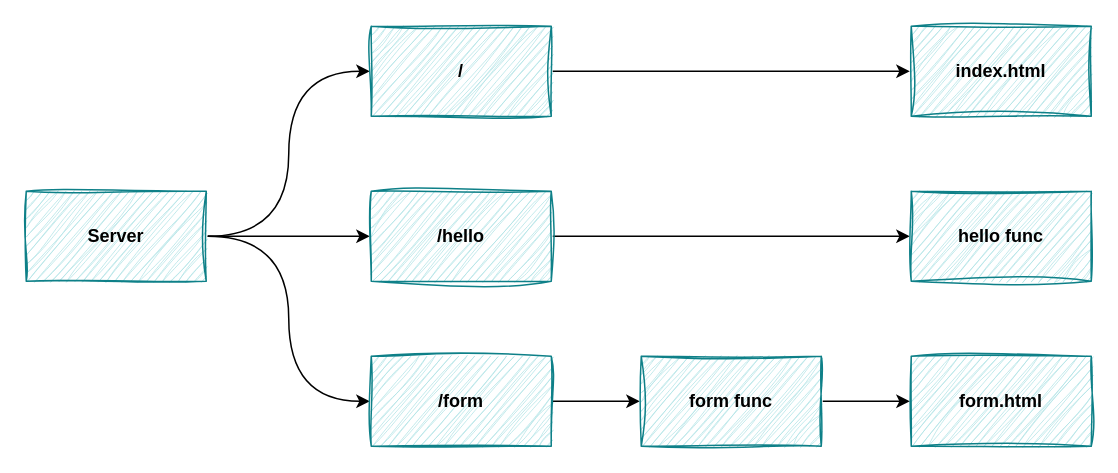
This is howToServerWorks.drawio from fdhliakbar/go-server, a draw.io file, before an edit. Source tidied: cells renumbered, new cells numbered last; positions are measured from the earlier drawing's top-left corner, leaving out a move shared by most shapes. Both pictures are drawn from the tidied source at 150%, with x=0, y=0 at pixel (26, 26).
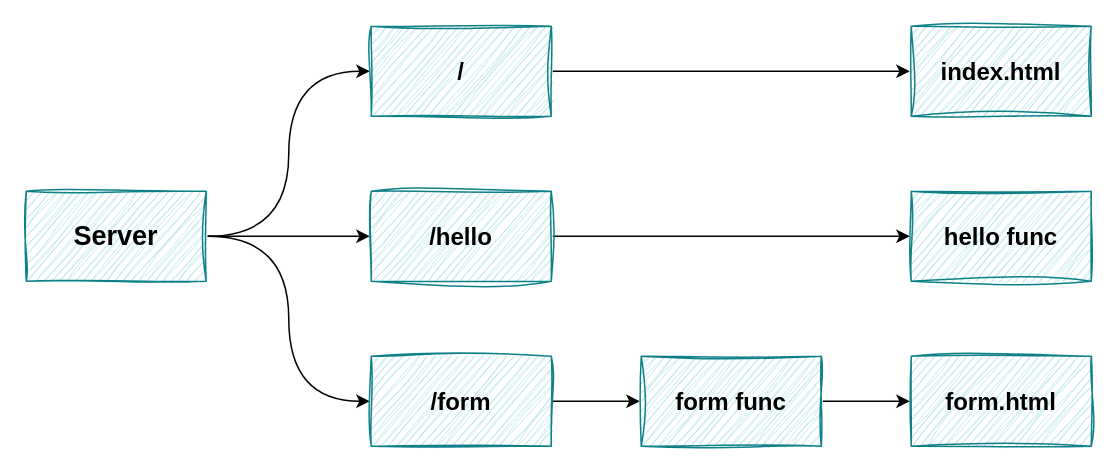
Above is the later version.

Commit message:
Bold diagram for howToServerWorks.drawio

Diff of the diagram source:
```diff
@@
 <mxGraphModel>
   <root>
     <mxCell id="0" />
     <mxCell id="1" parent="0" />
     <mxCell id="2" style="edgeStyle=orthogonalEdgeStyle;rounded=0;jettySize=auto;html=1;entryX=0;entryY=0.5;entryDx=0;entryDy=0;curved=1;" parent="1" edge="1" source="5" target="11">
       <mxGeometry relative="1" as="geometry" />
     </mxCell>
     <mxCell id="3" style="edgeStyle=orthogonalEdgeStyle;rounded=0;jettySize=auto;html=1;entryX=0;entryY=0.5;entryDx=0;entryDy=0;curved=1;" parent="1" edge="1" source="5" target="9">
       <mxGeometry relative="1" as="geometry" />
     </mxCell>
     <mxCell id="4" style="edgeStyle=orthogonalEdgeStyle;rounded=0;jettySize=auto;html=1;entryX=0;entryY=0.5;entryDx=0;entryDy=0;curved=1;" parent="1" edge="1" source="5" target="7">
       <mxGeometry relative="1" as="geometry" />
     </mxCell>
-    <mxCell id="5" value="Server" style="rounded=0;whiteSpace=wrap;html=1;fillColor=#b0e3e6;strokeColor=#0e8088;shadow=0;sketch=1;curveFitting=1;jiggle=2;glass=0;fontStyle=1;perimeterSpacing=1;" parent="1" vertex="1">
+    <mxCell id="5" value="Server" style="rounded=0;whiteSpace=wrap;html=1;fillColor=#b0e3e6;strokeColor=#0e8088;shadow=0;sketch=1;curveFitting=1;jiggle=2;glass=0;fontStyle=1;perimeterSpacing=1;fontSize=18;" parent="1" vertex="1">
       <mxGeometry y="110" width="120" height="60" as="geometry" />
     </mxCell>
     <mxCell id="6" style="edgeStyle=orthogonalEdgeStyle;rounded=0;jettySize=auto;html=1;entryX=0;entryY=0.5;entryDx=0;entryDy=0;curved=1;" parent="1" edge="1" source="7" target="16">
       <mxGeometry relative="1" as="geometry" />
     </mxCell>
-    <mxCell id="7" value="/form" style="rounded=0;whiteSpace=wrap;html=1;fillColor=#b0e3e6;strokeColor=#0e8088;shadow=0;sketch=1;curveFitting=1;jiggle=2;glass=0;fontStyle=1;perimeterSpacing=1;" parent="1" vertex="1">
+    <mxCell id="7" value="/form" style="rounded=0;whiteSpace=wrap;html=1;fillColor=#b0e3e6;strokeColor=#0e8088;shadow=0;sketch=1;curveFitting=1;jiggle=2;glass=0;fontStyle=1;perimeterSpacing=1;fontSize=16;" parent="1" vertex="1">
       <mxGeometry x="230" y="220" width="120" height="60" as="geometry" />
     </mxCell>
     <mxCell id="8" style="edgeStyle=orthogonalEdgeStyle;rounded=0;jettySize=auto;html=1;curved=1;" parent="1" edge="1" source="9" target="12">
       <mxGeometry relative="1" as="geometry" />
     </mxCell>
-    <mxCell id="9" value="/hello" style="rounded=0;whiteSpace=wrap;html=1;fillColor=#b0e3e6;strokeColor=#0e8088;shadow=0;sketch=1;curveFitting=1;jiggle=2;glass=0;fontStyle=1;perimeterSpacing=1;" parent="1" vertex="1">
+    <mxCell id="9" value="/hello" style="rounded=0;whiteSpace=wrap;html=1;fillColor=#b0e3e6;strokeColor=#0e8088;shadow=0;sketch=1;curveFitting=1;jiggle=2;glass=0;fontStyle=1;perimeterSpacing=1;fontSize=16;" parent="1" vertex="1">
       <mxGeometry x="230" y="110" width="120" height="60" as="geometry" />
     </mxCell>
     <mxCell id="10" style="edgeStyle=orthogonalEdgeStyle;rounded=0;jettySize=auto;html=1;entryX=0;entryY=0.5;entryDx=0;entryDy=0;curved=1;" parent="1" edge="1" source="11" target="13">
       <mxGeometry relative="1" as="geometry" />
     </mxCell>
-    <mxCell id="11" value="/" style="rounded=0;whiteSpace=wrap;html=1;fillColor=#b0e3e6;strokeColor=#0e8088;shadow=0;sketch=1;curveFitting=1;jiggle=2;glass=0;fontStyle=1;perimeterSpacing=1;" parent="1" vertex="1">
+    <mxCell id="11" value="/" style="rounded=0;whiteSpace=wrap;html=1;fillColor=#b0e3e6;strokeColor=#0e8088;shadow=0;sketch=1;curveFitting=1;jiggle=2;glass=0;fontStyle=1;perimeterSpacing=1;fontSize=16;" parent="1" vertex="1">
       <mxGeometry x="230" width="120" height="60" as="geometry" />
     </mxCell>
-    <mxCell id="12" value="hello func" style="rounded=0;whiteSpace=wrap;html=1;fillColor=#b0e3e6;strokeColor=#0e8088;shadow=0;sketch=1;curveFitting=1;jiggle=2;glass=0;fontStyle=1;perimeterSpacing=1;" parent="1" vertex="1">
+    <mxCell id="12" value="hello func" style="rounded=0;whiteSpace=wrap;html=1;fillColor=#b0e3e6;strokeColor=#0e8088;shadow=0;sketch=1;curveFitting=1;jiggle=2;glass=0;fontStyle=1;perimeterSpacing=1;fontSize=16;" parent="1" vertex="1">
       <mxGeometry x="590" y="110" width="120" height="60" as="geometry" />
     </mxCell>
-    <mxCell id="13" value="index.html" style="rounded=0;whiteSpace=wrap;html=1;fillColor=#b0e3e6;strokeColor=#0e8088;shadow=0;sketch=1;curveFitting=1;jiggle=2;glass=0;fontStyle=1;perimeterSpacing=1;" parent="1" vertex="1">
+    <mxCell id="13" value="index.html" style="rounded=0;whiteSpace=wrap;html=1;fillColor=#b0e3e6;strokeColor=#0e8088;shadow=0;sketch=1;curveFitting=1;jiggle=2;glass=0;fontStyle=1;perimeterSpacing=1;fontSize=16;" parent="1" vertex="1">
       <mxGeometry x="590" width="120" height="60" as="geometry" />
     </mxCell>
-    <mxCell id="14" value="form.html" style="rounded=0;whiteSpace=wrap;html=1;fillColor=#b0e3e6;strokeColor=#0e8088;shadow=0;sketch=1;curveFitting=1;jiggle=2;glass=0;fontStyle=1;perimeterSpacing=1;" parent="1" vertex="1">
+    <mxCell id="14" value="form.html" style="rounded=0;whiteSpace=wrap;html=1;fillColor=#b0e3e6;strokeColor=#0e8088;shadow=0;sketch=1;curveFitting=1;jiggle=2;glass=0;fontStyle=1;perimeterSpacing=1;fontSize=16;" parent="1" vertex="1">
       <mxGeometry x="590" y="220" width="120" height="60" as="geometry" />
     </mxCell>
     <mxCell id="15" style="edgeStyle=orthogonalEdgeStyle;rounded=0;jettySize=auto;html=1;entryX=0;entryY=0.5;entryDx=0;entryDy=0;curved=1;" parent="1" edge="1" source="16" target="14">
       <mxGeometry relative="1" as="geometry" />
     </mxCell>
-    <mxCell id="16" value="form func" style="rounded=0;whiteSpace=wrap;html=1;fillColor=#b0e3e6;strokeColor=#0e8088;shadow=0;sketch=1;curveFitting=1;jiggle=2;glass=0;fontStyle=1;perimeterSpacing=1;" parent="1" vertex="1">
+    <mxCell id="16" value="form func" style="rounded=0;whiteSpace=wrap;html=1;fillColor=#b0e3e6;strokeColor=#0e8088;shadow=0;sketch=1;curveFitting=1;jiggle=2;glass=0;fontStyle=1;perimeterSpacing=1;fontSize=16;" parent="1" vertex="1">
       <mxGeometry x="410" y="220" width="120" height="60" as="geometry" />
     </mxCell>
   </root>
 </mxGraphModel>
```
